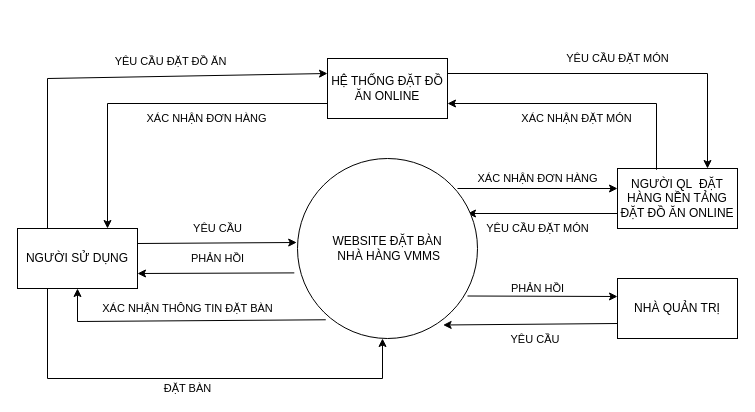
Earlier version of the draw.io diagram page "context Diagram" (1 of 12) of Biểu đồ không có tiêu đề.drawio (trucka312/diagram). Source tidied: cells renumbered, new cells numbered last; positions are measured from the earlier drawing's top-left corner, leaving out a move shared by most shapes. Both pictures are drawn from the tidied source at 100%, with x=0, y=0 at pixel (17, 58).
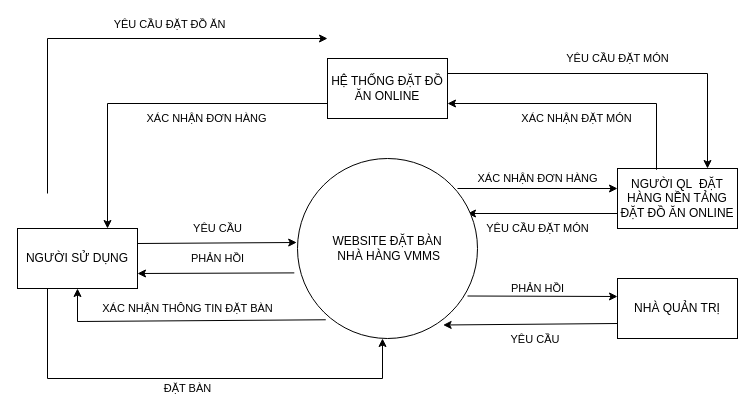
The same diagram, later.

Commit message:
Cập nhật Biểu đồ không có tiêu đề.drawio

The change refers to these unchanged cells:
```xml
<mxCell id="2" value="NGƯỜI SỬ DỤNG" style="rounded=0;whiteSpace=wrap;html=1;" parent="1" vertex="1">
  <mxGeometry y="170" width="120" height="60" as="geometry" />
</mxCell>
<mxCell id="14" value="HỆ THỐNG ĐẶT ĐỒ ĂN ONLINE" style="rounded=0;whiteSpace=wrap;html=1;" parent="1" vertex="1">
  <mxGeometry x="310" width="120" height="60" as="geometry" />
</mxCell>
```

The edit, as a diff of the source:
```diff
@@
-    <mxCell id="15" style="endArrow=classic;html=1;rounded=0;exitX=0.25;exitY=0;exitDx=0;exitDy=0;entryX=0;entryY=0.25;entryDx=0;entryDy=0;" parent="1" edge="1" source="2" target="14">
+    <mxCell id="15" style="endArrow=classic;html=1;rounded=0;exitX=0.25;exitY=0;exitDx=0;exitDy=0;entryX=0;entryY=0.25;entryDx=0;entryDy=0;" parent="1" edge="1">
       <mxGeometry relative="1" as="geometry">
+        <mxPoint x="30" y="135" as="sourcePoint" />
+        <mxPoint x="310" y="-20" as="targetPoint" />
         <Array as="points">
-          <mxPoint x="30" y="20" />
+          <mxPoint x="30" y="-20" />
         </Array>
       </mxGeometry>
     </mxCell>
```
